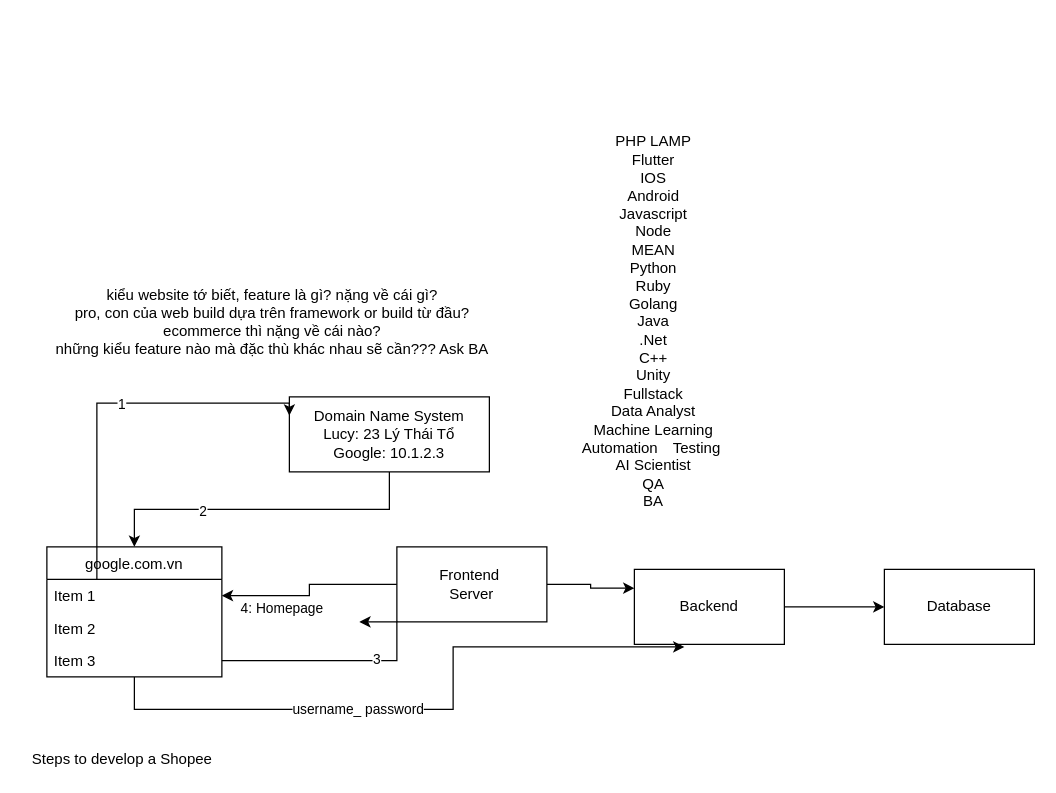
Above: Untitled Diagram.drawio in emsnguyen/angular_conFusion (draw.io), before the change. Source tidied: cells renumbered, new cells numbered last; positions are measured from the earlier drawing's top-left corner, leaving out a move shared by most shapes. Both pictures are drawn from the tidied source at 125%, with x=0, y=0 at pixel (21, 134).
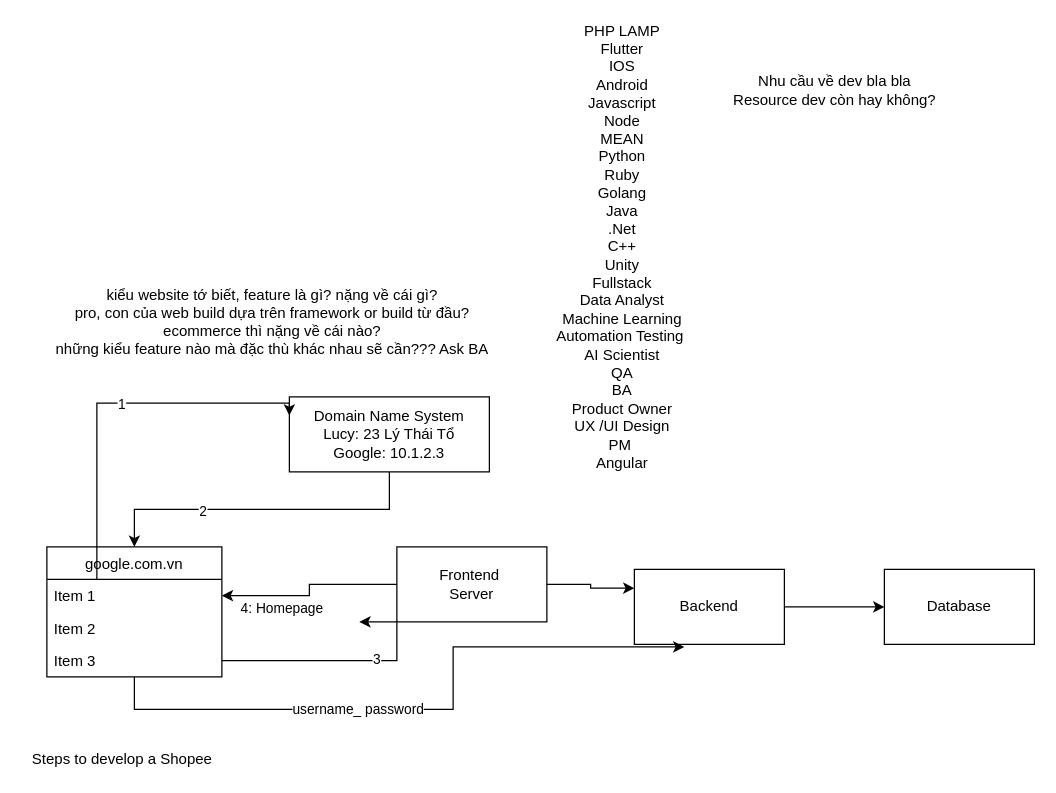
After the change.

What changed in the source:
```diff
@@
-    <mxCell id="24" value="PHP LAMP&lt;br&gt;Flutter&lt;br&gt;IOS&lt;br&gt;Android&lt;br&gt;Javascript&lt;br&gt;Node&lt;br&gt;MEAN&lt;br&gt;Python&lt;br&gt;Ruby&lt;br&gt;Golang&lt;br&gt;Java&lt;br&gt;.Net&lt;br&gt;C++&lt;br&gt;Unity&lt;br&gt;Fullstack&lt;br&gt;Data Analyst&lt;br&gt;Machine Learning&lt;br&gt;Automation　Testing&amp;nbsp;&lt;br&gt;AI Scientist&lt;br&gt;QA&lt;br&gt;BA" style="text;html=1;align=center;verticalAlign=middle;strokeColor=none;" parent="1" vertex="1">
-      <mxGeometry x="440" width="130" height="300" as="geometry" />
+    <mxCell id="24" value="PHP LAMP&lt;br&gt;Flutter&lt;br&gt;IOS&lt;br&gt;Android&lt;br&gt;Javascript&lt;br&gt;Node&lt;br&gt;MEAN&lt;br&gt;Python&lt;br&gt;Ruby&lt;br&gt;Golang&lt;br&gt;Java&lt;br&gt;.Net&lt;br&gt;C++&lt;br&gt;Unity&lt;br&gt;Fullstack&lt;br&gt;Data Analyst&lt;br&gt;Machine Learning&lt;br&gt;Automation Testing&amp;nbsp;&lt;br&gt;AI Scientist&lt;br&gt;QA&lt;br&gt;BA&lt;br&gt;Product Owner&lt;br&gt;UX /UI Design&lt;br&gt;PM&amp;nbsp;&lt;br&gt;Angular" style="text;html=1;align=center;verticalAlign=middle;strokeColor=none;" parent="1" vertex="1">
+      <mxGeometry x="420" y="-90" width="120" height="360" as="geometry" />
     </mxCell>
+    <mxCell id="25" value="Nhu cầu về dev bla bla&lt;br&gt;Resource dev còn hay không?" style="text;html=1;align=center;verticalAlign=middle;strokeColor=none;" parent="1" vertex="1">
+      <mxGeometry x="560" y="-50" width="180" height="30" as="geometry" />
+    </mxCell>
```
